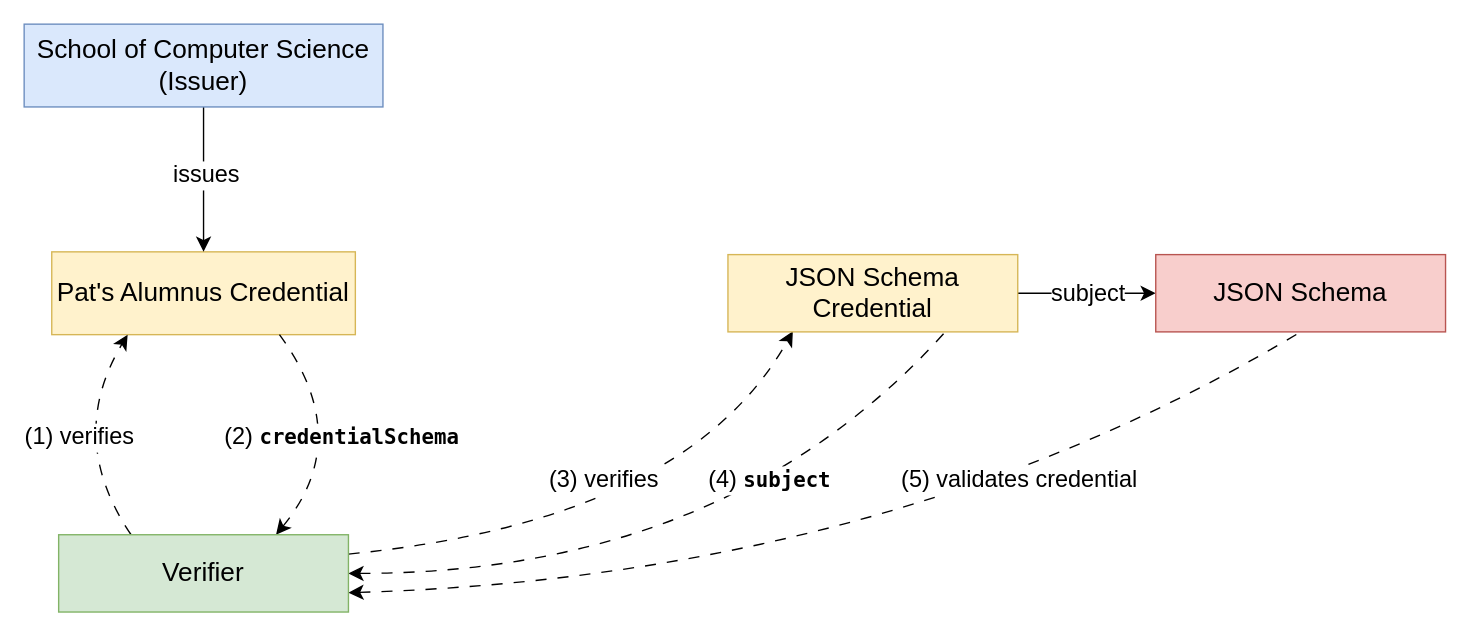
This is diagrams/jsonschema_chart.drawio from w3c/vc-overview, a draw.io file, before an edit. Source tidied: cells renumbered, new cells numbered last; positions are measured from the earlier drawing's top-left corner, leaving out a move shared by most shapes. Both pictures are drawn from the tidied source at 138%, with x=0, y=0 at pixel (23, 23).
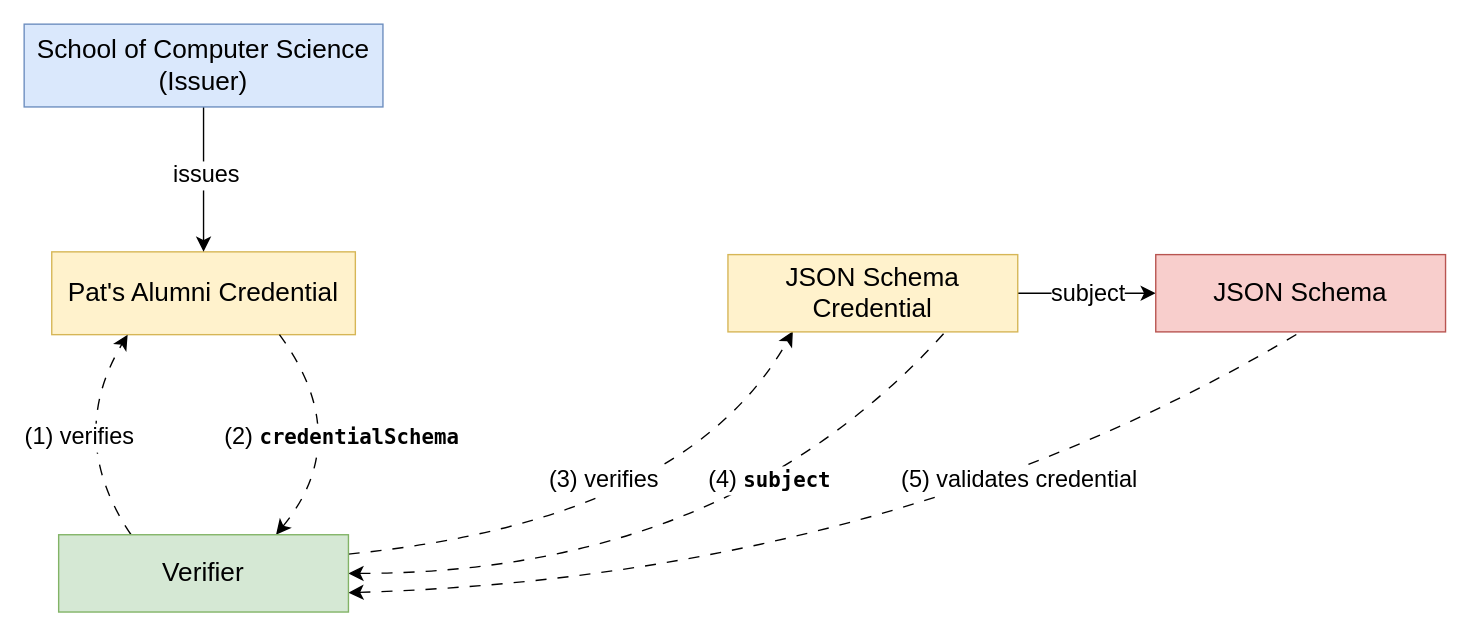
The same diagram, later.

Diff of the diagram source:
```diff
@@
-    <mxCell id="2" value="&lt;font style=&quot;font-size: 19px;&quot;&gt;Pat's Alumnus Credential&lt;/font&gt;" style="rounded=0;whiteSpace=wrap;html=1;fillColor=#fff2cc;strokeColor=#d6b656;" parent="1" vertex="1">
+    <mxCell id="2" value="&lt;font style=&quot;font-size: 19px;&quot;&gt;Pat's Alumni Credential&lt;/font&gt;" style="rounded=0;whiteSpace=wrap;html=1;fillColor=#fff2cc;strokeColor=#d6b656;" parent="1" vertex="1">
       <mxGeometry x="20" y="165" width="220" height="60" as="geometry" />
     </mxCell>
```
